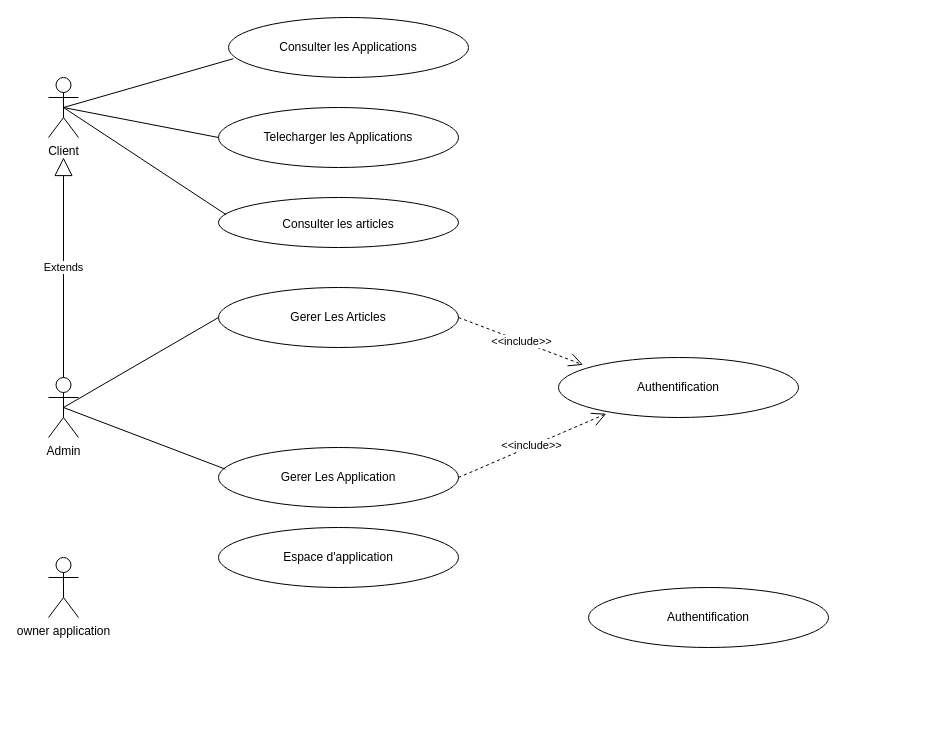
amine-ui/Test-React keeps this draw.io diagram as page "use case" (2 of 5) of Diagramme sans nom.drawio. Above is the earlier version. Source tidied: cells renumbered, new cells numbered last; positions are measured from the earlier drawing's top-left corner, leaving out a move shared by most shapes. Both pictures are drawn from the tidied source at 100%, with x=0, y=0 at pixel (48, 17).
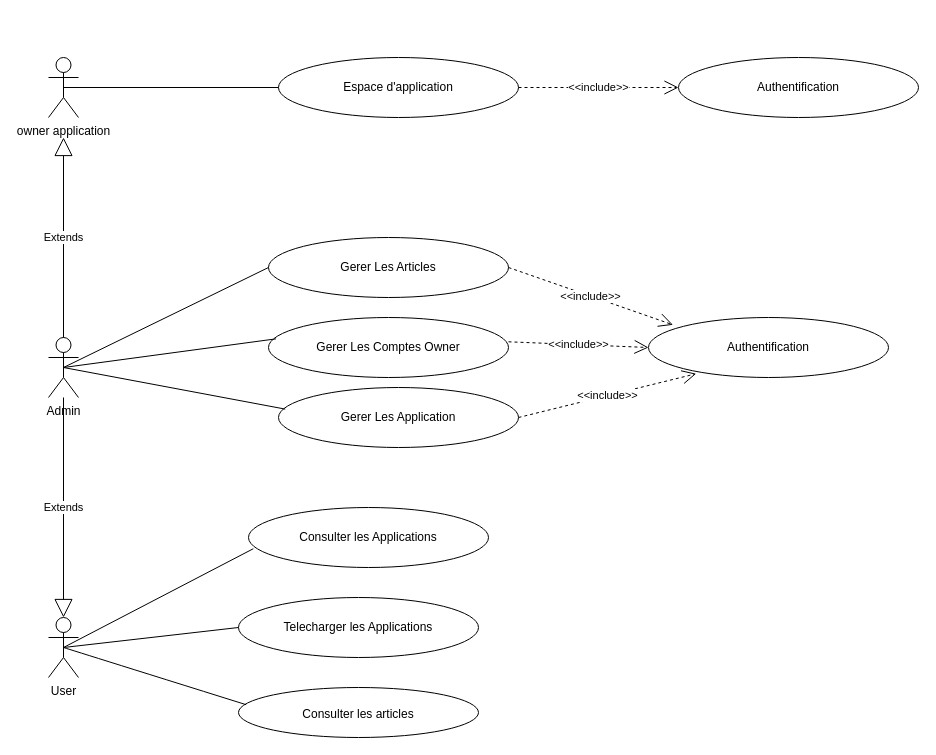
Above is the later version.

Change to the diagram source:
```diff
@@
-    <mxCell id="2" value="Client" style="shape=umlActor;verticalLabelPosition=bottom;verticalAlign=top;html=1;outlineConnect=0;" parent="1" vertex="1">
-      <mxGeometry y="60" width="30" height="60" as="geometry" />
-    </mxCell>
     <mxCell id="3" value="Admin" style="shape=umlActor;verticalLabelPosition=bottom;verticalAlign=top;html=1;outlineConnect=0;" parent="1" vertex="1">
-      <mxGeometry y="360" width="30" height="60" as="geometry" />
+      <mxGeometry y="320" width="30" height="60" as="geometry" />
     </mxCell>
     <mxCell id="4" value="Consulter les Applications" style="ellipse;whiteSpace=wrap;html=1;" parent="1" vertex="1">
-      <mxGeometry x="180" width="240" height="60" as="geometry" />
+      <mxGeometry x="200" y="490" width="240" height="60" as="geometry" />
     </mxCell>
     <mxCell id="5" value="Gerer Les Application" style="ellipse;whiteSpace=wrap;html=1;" parent="1" vertex="1">
-      <mxGeometry x="170" y="430" width="240" height="60" as="geometry" />
+      <mxGeometry x="230" y="370" width="240" height="60" as="geometry" />
     </mxCell>
@@
     <mxCell id="8" value="Telecharger les Applications" style="ellipse;whiteSpace=wrap;html=1;" parent="1" vertex="1">
-      <mxGeometry x="170" y="90" width="240" height="60" as="geometry" />
+      <mxGeometry x="190" y="580" width="240" height="60" as="geometry" />
     </mxCell>
@@
     <mxCell id="10" value="Authentification" style="ellipse;whiteSpace=wrap;html=1;" parent="1" vertex="1">
-      <mxGeometry x="510" y="340" width="240" height="60" as="geometry" />
+      <mxGeometry x="600" y="300" width="240" height="60" as="geometry" />
     </mxCell>
     <mxCell id="11" value="Gerer Les Articles" style="ellipse;whiteSpace=wrap;html=1;" parent="1" vertex="1">
-      <mxGeometry x="170" y="270" width="240" height="60" as="geometry" />
+      <mxGeometry x="220" y="220" width="240" height="60" as="geometry" />
     </mxCell>
@@
-    <mxCell id="13" value="Extends" style="endArrow=block;endSize=16;endFill=0;html=1;rounded=0;exitX=0.5;exitY=0;exitDx=0;exitDy=0;exitPerimeter=0;" parent="1" edge="1" source="3">
-      <mxGeometry relative="1" as="geometry">
-        <mxPoint x="15" y="140" as="targetPoint" />
-      </mxGeometry>
+    <mxCell id="13" value="Extends" style="endArrow=block;endSize=16;endFill=0;html=1;rounded=0;entryX=0.5;entryY=0;entryDx=0;entryDy=0;entryPerimeter=0;" parent="1" edge="1" source="3" target="2">
+      <mxGeometry relative="1" as="geometry" />
     </mxCell>
@@
     <mxCell id="16" value="&lt;font style=&quot;font-size: 12px;&quot;&gt;Consulter les articles&lt;/font&gt;" style="ellipse;whiteSpace=wrap;html=1;fontSize=16;" parent="1" vertex="1">
-      <mxGeometry x="170" y="180" width="240" height="50" as="geometry" />
+      <mxGeometry x="190" y="670" width="240" height="50" as="geometry" />
     </mxCell>
@@
     <mxCell id="18" value="owner application" style="shape=umlActor;verticalLabelPosition=bottom;verticalAlign=top;html=1;outlineConnect=0;" parent="1" vertex="1">
-      <mxGeometry y="540" width="30" height="60" as="geometry" />
+      <mxGeometry y="40" width="30" height="60" as="geometry" />
     </mxCell>
     <mxCell id="19" value="Espace d'application" style="ellipse;whiteSpace=wrap;html=1;" parent="1" vertex="1">
-      <mxGeometry x="170" y="510" width="240" height="60" as="geometry" />
+      <mxGeometry x="230" y="40" width="240" height="60" as="geometry" />
     </mxCell>
     <mxCell id="20" value="Authentification" style="ellipse;whiteSpace=wrap;html=1;" parent="1" vertex="1">
-      <mxGeometry x="540" y="570" width="240" height="60" as="geometry" />
+      <mxGeometry x="630" y="40" width="240" height="60" as="geometry" />
     </mxCell>
+    <mxCell id="21" value="Extends" style="endArrow=block;endSize=16;endFill=0;html=1;rounded=0;" parent="1" edge="1" source="3">
+      <mxGeometry relative="1" as="geometry">
+        <mxPoint x="15" y="120" as="targetPoint" />
+      </mxGeometry>
+    </mxCell>
+    <mxCell id="22" style="endArrow=none;html=1;rounded=0;exitX=0.5;exitY=0.5;exitDx=0;exitDy=0;exitPerimeter=0;entryX=0;entryY=0.5;entryDx=0;entryDy=0;" parent="1" edge="1" source="18" target="19">
+      <mxGeometry relative="1" as="geometry" />
+    </mxCell>
+    <mxCell id="23" value="&amp;lt;&amp;lt;include&amp;gt;&amp;gt;" style="endArrow=open;endSize=12;dashed=1;html=1;rounded=0;entryX=0;entryY=0.5;entryDx=0;entryDy=0;" parent="1" edge="1" target="20">
+      <mxGeometry relative="1" as="geometry">
+        <mxPoint x="470" y="70" as="sourcePoint" />
+      </mxGeometry>
+    </mxCell>
+    <mxCell id="2" value="User" style="shape=umlActor;verticalLabelPosition=bottom;verticalAlign=top;html=1;outlineConnect=0;" parent="1" vertex="1">
+      <mxGeometry y="600" width="30" height="60" as="geometry" />
+    </mxCell>
+    <mxCell id="24" value="Gerer Les Comptes Owner" style="ellipse;whiteSpace=wrap;html=1;" parent="1" vertex="1">
+      <mxGeometry x="220" y="300" width="240" height="60" as="geometry" />
+    </mxCell>
+    <mxCell id="25" value="&amp;lt;&amp;lt;include&amp;gt;&amp;gt;" style="endArrow=open;endSize=12;dashed=1;html=1;rounded=0;exitX=1;exitY=0.405;exitDx=0;exitDy=0;entryX=0;entryY=0.5;entryDx=0;entryDy=0;exitPerimeter=0;" parent="1" edge="1" source="24" target="10">
+      <mxGeometry relative="1" as="geometry" />
+    </mxCell>
+    <mxCell id="26" style="endArrow=none;html=1;rounded=0;exitX=0.5;exitY=0.5;exitDx=0;exitDy=0;exitPerimeter=0;entryX=0.031;entryY=0.356;entryDx=0;entryDy=0;entryPerimeter=0;" parent="1" edge="1" source="3" target="24">
+      <mxGeometry relative="1" as="geometry" />
+    </mxCell>
```
